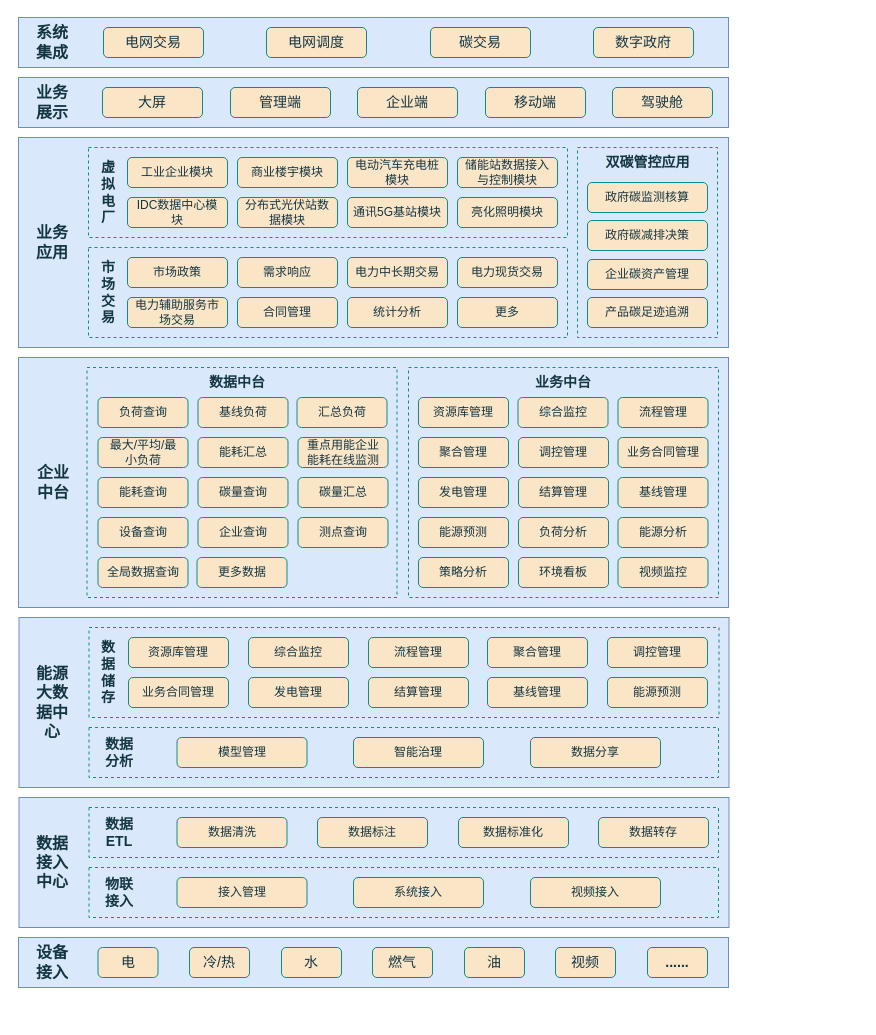
Above: 系统功能图.drawio in JaceLu/Docs (draw.io), before the change. Source tidied: cells renumbered, new cells numbered last; positions are measured from the earlier drawing's top-left corner, leaving out a move shared by most shapes. Both pictures are drawn from the tidied source at 100%, with x=0, y=0 at pixel (18, 17).
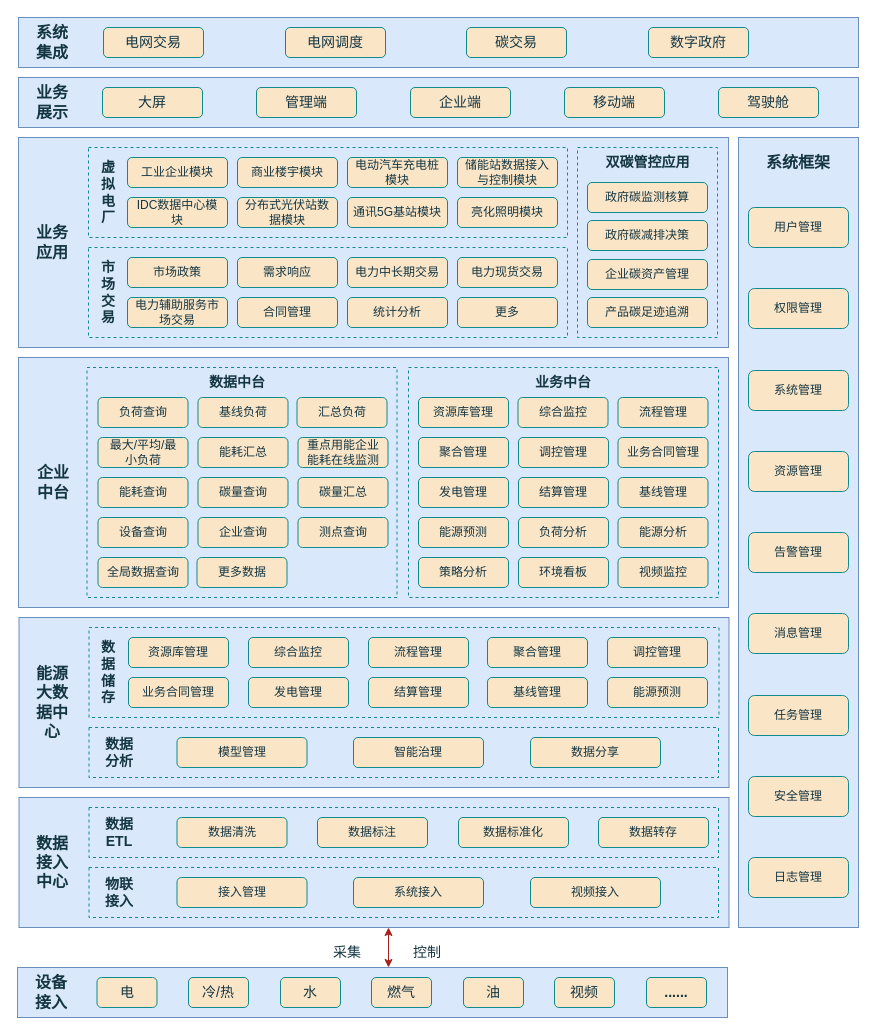
After the change.

Commit message (it also covers changes not shown here):
更新系统功能图.drawio

What changed in the source:
```diff
@@
+    <mxCell id="119" style="rounded=0;whiteSpace=wrap;html=1;labelBackgroundColor=none;fillColor=#dae8fc;strokeColor=#6c8ebf;" parent="1" vertex="1">
+      <mxGeometry x="720" y="120" width="120" height="790" as="geometry" />
+    </mxCell>
     <mxCell id="2" style="rounded=0;whiteSpace=wrap;html=1;labelBackgroundColor=none;fillColor=#dae8fc;strokeColor=#6c8ebf;" parent="1" vertex="1">
-      <mxGeometry y="920" width="710" height="50" as="geometry" />
+      <mxGeometry x="-1" y="950" width="710" height="50" as="geometry" />
     </mxCell>
@@
     <mxCell id="8" style="rounded=0;whiteSpace=wrap;html=1;fillColor=#dae8fc;strokeColor=#6c8ebf;labelBackgroundColor=none;" parent="1" vertex="1">
-      <mxGeometry y="60" width="710" height="50" as="geometry" />
+      <mxGeometry y="60" width="840" height="50" as="geometry" />
     </mxCell>
     <mxCell id="9" style="rounded=0;whiteSpace=wrap;html=1;labelBackgroundColor=none;fillColor=#dae8fc;strokeColor=#6c8ebf;" parent="1" vertex="1">
-      <mxGeometry width="710" height="50" as="geometry" />
+      <mxGeometry width="840" height="50" as="geometry" />
     </mxCell>
@@
     <mxCell id="11" value="电网调度" style="rounded=1;whiteSpace=wrap;html=1;fontSize=14;fillColor=#FAE5C7;strokeColor=#0F8B8D;labelBackgroundColor=none;fontColor=#143642;" parent="1" vertex="1">
-      <mxGeometry x="248" y="10" width="100" height="30" as="geometry" />
+      <mxGeometry x="267" y="10" width="100" height="30" as="geometry" />
     </mxCell>
     <mxCell id="12" value="碳交易" style="rounded=1;whiteSpace=wrap;html=1;fontSize=14;fillColor=#FAE5C7;strokeColor=#0F8B8D;labelBackgroundColor=none;fontColor=#143642;" parent="1" vertex="1">
-      <mxGeometry x="412" y="10" width="100" height="30" as="geometry" />
+      <mxGeometry x="448" y="10" width="100" height="30" as="geometry" />
     </mxCell>
     <mxCell id="13" value="数字政府" style="rounded=1;whiteSpace=wrap;html=1;fontSize=14;fillColor=#FAE5C7;strokeColor=#0F8B8D;labelBackgroundColor=none;fontColor=#143642;" parent="1" vertex="1">
-      <mxGeometry x="575" y="10" width="100" height="30" as="geometry" />
+      <mxGeometry x="630" y="10" width="100" height="30" as="geometry" />
     </mxCell>
@@
     <mxCell id="15" value="管理端" style="rounded=1;whiteSpace=wrap;html=1;fontSize=14;fillColor=#FAE5C7;strokeColor=#0F8B8D;labelBackgroundColor=none;fontColor=#143642;" parent="1" vertex="1">
-      <mxGeometry x="212" y="70" width="100" height="30" as="geometry" />
+      <mxGeometry x="238" y="70" width="100" height="30" as="geometry" />
     </mxCell>
     <mxCell id="16" value="企业端" style="rounded=1;whiteSpace=wrap;html=1;fontSize=14;fillColor=#FAE5C7;strokeColor=#0F8B8D;labelBackgroundColor=none;fontColor=#143642;" parent="1" vertex="1">
-      <mxGeometry x="339" y="70" width="100" height="30" as="geometry" />
+      <mxGeometry x="392" y="70" width="100" height="30" as="geometry" />
     </mxCell>
     <mxCell id="17" value="移动端" style="rounded=1;whiteSpace=wrap;html=1;fontSize=14;fillColor=#FAE5C7;strokeColor=#0F8B8D;labelBackgroundColor=none;fontColor=#143642;" parent="1" vertex="1">
-      <mxGeometry x="467" y="70" width="100" height="30" as="geometry" />
+      <mxGeometry x="546" y="70" width="100" height="30" as="geometry" />
     </mxCell>
     <mxCell id="18" value="驾驶舱" style="rounded=1;whiteSpace=wrap;html=1;fontSize=14;fillColor=#FAE5C7;strokeColor=#0F8B8D;labelBackgroundColor=none;fontColor=#143642;" parent="1" vertex="1">
-      <mxGeometry x="594" y="70" width="100" height="30" as="geometry" />
+      <mxGeometry x="700" y="70" width="100" height="30" as="geometry" />
     </mxCell>
@@
     <mxCell id="92" value="电" style="rounded=1;whiteSpace=wrap;html=1;fontSize=14;fillColor=#FAE5C7;strokeColor=#0F8B8D;labelBackgroundColor=none;fontColor=#143642;" parent="1" vertex="1">
-      <mxGeometry x="79.5" y="930" width="60" height="30" as="geometry" />
+      <mxGeometry x="78.5" y="960" width="60" height="30" as="geometry" />
     </mxCell>
     <mxCell id="93" value="冷/热" style="rounded=1;whiteSpace=wrap;html=1;fontSize=14;fillColor=#FAE5C7;strokeColor=#0F8B8D;labelBackgroundColor=none;fontColor=#143642;" parent="1" vertex="1">
-      <mxGeometry x="171" y="930" width="60" height="30" as="geometry" />
+      <mxGeometry x="170" y="960" width="60" height="30" as="geometry" />
     </mxCell>
     <mxCell id="94" value="水" style="rounded=1;whiteSpace=wrap;html=1;fontSize=14;fillColor=#FAE5C7;strokeColor=#0F8B8D;labelBackgroundColor=none;fontColor=#143642;" parent="1" vertex="1">
-      <mxGeometry x="263" y="930" width="60" height="30" as="geometry" />
+      <mxGeometry x="262" y="960" width="60" height="30" as="geometry" />
     </mxCell>
     <mxCell id="95" value="燃气" style="rounded=1;whiteSpace=wrap;html=1;fontSize=14;fillColor=#FAE5C7;strokeColor=#0F8B8D;labelBackgroundColor=none;fontColor=#143642;" parent="1" vertex="1">
-      <mxGeometry x="354" y="930" width="60" height="30" as="geometry" />
+      <mxGeometry x="353" y="960" width="60" height="30" as="geometry" />
     </mxCell>
     <mxCell id="96" value="油" style="rounded=1;whiteSpace=wrap;html=1;fontSize=14;fillColor=#FAE5C7;strokeColor=#0F8B8D;labelBackgroundColor=none;fontColor=#143642;" parent="1" vertex="1">
-      <mxGeometry x="446" y="930" width="60" height="30" as="geometry" />
+      <mxGeometry x="445" y="960" width="60" height="30" as="geometry" />
     </mxCell>
     <mxCell id="97" value="视频" style="rounded=1;whiteSpace=wrap;html=1;fontSize=14;fillColor=#FAE5C7;strokeColor=#0F8B8D;labelBackgroundColor=none;fontColor=#143642;" parent="1" vertex="1">
-      <mxGeometry x="537" y="930" width="60" height="30" as="geometry" />
+      <mxGeometry x="536" y="960" width="60" height="30" as="geometry" />
     </mxCell>
     <mxCell id="98" value="......" style="rounded=1;whiteSpace=wrap;html=1;fontSize=14;fillColor=#FAE5C7;strokeColor=#0F8B8D;labelBackgroundColor=none;fontColor=#143642;fontStyle=1;" parent="1" vertex="1">
-      <mxGeometry x="629" y="930" width="60" height="30" as="geometry" />
+      <mxGeometry x="628" y="960" width="60" height="30" as="geometry" />
     </mxCell>
@@
     <mxCell id="118" value="设备接入" style="text;html=1;strokeColor=none;fillColor=none;align=center;verticalAlign=middle;whiteSpace=wrap;rounded=0;fontSize=16;fontStyle=1;labelBackgroundColor=none;fontColor=#143642;spacingLeft=10;spacingRight=10;" parent="1" vertex="1">
-      <mxGeometry y="920" width="68" height="50" as="geometry" />
+      <mxGeometry x="-1" y="950" width="68" height="50" as="geometry" />
     </mxCell>
+    <mxCell id="120" value="系统框架" style="text;html=1;strokeColor=none;fillColor=none;align=center;verticalAlign=middle;whiteSpace=wrap;rounded=0;fontSize=16;fontStyle=1;labelBackgroundColor=none;fontColor=#143642;spacingLeft=10;spacingRight=10;" parent="1" vertex="1">
+      <mxGeometry x="720" y="120" width="120" height="50" as="geometry" />
+    </mxCell>
+    <mxCell id="121" value="用户管理" style="rounded=1;whiteSpace=wrap;html=1;fontSize=12;fillColor=#FAE5C7;strokeColor=#0F8B8D;spacingLeft=5;spacingRight=5;labelBackgroundColor=none;fontColor=#143642;" parent="1" vertex="1">
+      <mxGeometry x="730" y="190" width="100" height="40" as="geometry" />
+    </mxCell>
+    <mxCell id="122" style="endArrow=classic;startArrow=classic;html=1;rounded=0;strokeColor=#A8201A;fontColor=#143642;fillColor=#FAE5C7;" parent="1" edge="1">
+      <mxGeometry relative="1" as="geometry">
+        <mxPoint x="370" y="950" as="sourcePoint" />
+        <mxPoint x="370" y="910" as="targetPoint" />
+      </mxGeometry>
+    </mxCell>
+    <mxCell id="123" value="采集" style="text;html=1;strokeColor=none;fillColor=none;align=center;verticalAlign=middle;whiteSpace=wrap;rounded=0;fontColor=#143642;fontSize=14;" parent="1" vertex="1">
+      <mxGeometry x="299" y="920" width="60" height="30" as="geometry" />
+    </mxCell>
+    <mxCell id="124" value="控制" style="text;html=1;strokeColor=none;fillColor=none;align=center;verticalAlign=middle;whiteSpace=wrap;rounded=0;fontColor=#143642;fontSize=14;" parent="1" vertex="1">
+      <mxGeometry x="378.5" y="920" width="60" height="30" as="geometry" />
+    </mxCell>
+    <mxCell id="125" value="权限管理" style="rounded=1;whiteSpace=wrap;html=1;fontSize=12;fillColor=#FAE5C7;strokeColor=#0F8B8D;spacingLeft=5;spacingRight=5;labelBackgroundColor=none;fontColor=#143642;" parent="1" vertex="1">
+      <mxGeometry x="730" y="271" width="100" height="40" as="geometry" />
+    </mxCell>
+    <mxCell id="126" value="系统管理" style="rounded=1;whiteSpace=wrap;html=1;fontSize=12;fillColor=#FAE5C7;strokeColor=#0F8B8D;spacingLeft=5;spacingRight=5;labelBackgroundColor=none;fontColor=#143642;" parent="1" vertex="1">
+      <mxGeometry x="730" y="353" width="100" height="40" as="geometry" />
+    </mxCell>
+    <mxCell id="127" value="消息管理" style="rounded=1;whiteSpace=wrap;html=1;fontSize=12;fillColor=#FAE5C7;strokeColor=#0F8B8D;spacingLeft=5;spacingRight=5;labelBackgroundColor=none;fontColor=#143642;" parent="1" vertex="1">
+      <mxGeometry x="730" y="596" width="100" height="40" as="geometry" />
+    </mxCell>
+    <mxCell id="128" value="告警管理" style="rounded=1;whiteSpace=wrap;html=1;fontSize=12;fillColor=#FAE5C7;strokeColor=#0F8B8D;spacingLeft=5;spacingRight=5;labelBackgroundColor=none;fontColor=#143642;" parent="1" vertex="1">
+      <mxGeometry x="730" y="515" width="100" height="40" as="geometry" />
+    </mxCell>
+    <mxCell id="129" value="资源管理" style="rounded=1;whiteSpace=wrap;html=1;fontSize=12;fillColor=#FAE5C7;strokeColor=#0F8B8D;spacingLeft=5;spacingRight=5;labelBackgroundColor=none;fontColor=#143642;" parent="1" vertex="1">
+      <mxGeometry x="730" y="434" width="100" height="40" as="geometry" />
+    </mxCell>
+    <mxCell id="130" value="日志管理" style="rounded=1;whiteSpace=wrap;html=1;fontSize=12;fillColor=#FAE5C7;strokeColor=#0F8B8D;spacingLeft=5;spacingRight=5;labelBackgroundColor=none;fontColor=#143642;" parent="1" vertex="1">
+      <mxGeometry x="730" y="840" width="100" height="40" as="geometry" />
+    </mxCell>
+    <mxCell id="131" value="安全管理" style="rounded=1;whiteSpace=wrap;html=1;fontSize=12;fillColor=#FAE5C7;strokeColor=#0F8B8D;spacingLeft=5;spacingRight=5;labelBackgroundColor=none;fontColor=#143642;" parent="1" vertex="1">
+      <mxGeometry x="730" y="759" width="100" height="40" as="geometry" />
+    </mxCell>
+    <mxCell id="132" value="任务管理" style="rounded=1;whiteSpace=wrap;html=1;fontSize=12;fillColor=#FAE5C7;strokeColor=#0F8B8D;spacingLeft=5;spacingRight=5;labelBackgroundColor=none;fontColor=#143642;" parent="1" vertex="1">
+      <mxGeometry x="730" y="678" width="100" height="40" as="geometry" />
+    </mxCell>
```
